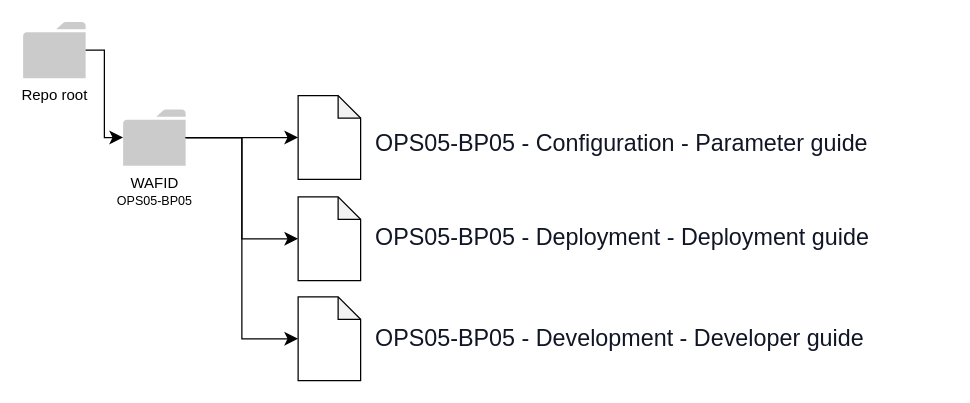
Above: readme.dio in yu2scalar/docsample (draw.io), before the change. Source tidied: cells renumbered, new cells numbered last; positions are measured from the earlier drawing's top-left corner, leaving out a move shared by most shapes. Both pictures are drawn from the tidied source at 125%, with x=0, y=0 at pixel (22, 21).
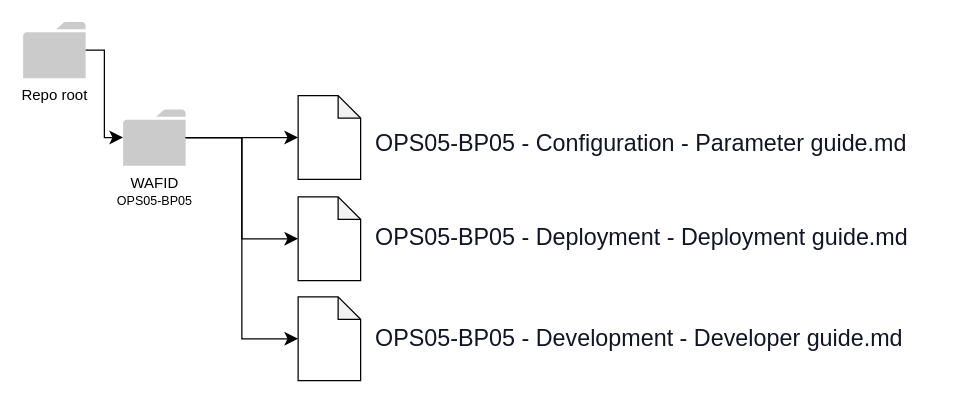
Above is the later version.

Change to the diagram source:
```diff
@@
 <mxGraphModel>
   <root>
     <mxCell id="0" />
     <mxCell id="1" parent="0" />
     <mxCell id="2" value="Repo root" style="sketch=0;shadow=0;dashed=0;html=1;strokeColor=none;labelPosition=center;verticalLabelPosition=bottom;verticalAlign=top;outlineConnect=0;align=center;shape=mxgraph.office.concepts.folder;fillColor=#CCCBCB;" parent="1" vertex="1">
       <mxGeometry width="50" height="45" as="geometry" />
     </mxCell>
     <mxCell id="3" value="&lt;font style=&quot;background-color: rgb(255, 255, 255);&quot; color=&quot;#000000&quot;&gt;WAFID&lt;br&gt;&lt;span id=&quot;docs-internal-guid-91edf046-7fff-8db2-ec80-6ff2966f3f44&quot;&gt;&lt;span style=&quot;font-family: &amp;quot;Noto Sans JP&amp;quot;, sans-serif; font-variant-numeric: normal; font-variant-east-asian: normal; font-variant-alternates: normal; font-variant-position: normal; vertical-align: baseline;&quot;&gt;&lt;font style=&quot;font-size: 10px;&quot;&gt;OPS05-BP05&lt;/font&gt;&lt;/span&gt;&lt;/span&gt;&lt;/font&gt;&lt;span style=&quot;background-color: rgb(24, 20, 29); font-size: 10px;&quot;&gt;&lt;br&gt;&lt;/span&gt;" style="sketch=0;shadow=0;dashed=0;html=1;strokeColor=none;labelPosition=center;verticalLabelPosition=bottom;verticalAlign=top;outlineConnect=0;align=center;shape=mxgraph.office.concepts.folder;fillColor=#CCCBCB;" parent="1" vertex="1">
       <mxGeometry x="80" y="70" width="50" height="45" as="geometry" />
     </mxCell>
     <mxCell id="4" style="edgeStyle=elbowEdgeStyle;elbow=horizontal;endArrow=classic;html=1;curved=0;rounded=0;endSize=8;startSize=8;" parent="1" edge="1" source="2" target="3">
       <mxGeometry relative="1" as="geometry" />
     </mxCell>
     <mxCell id="5" style="shape=note;whiteSpace=wrap;html=1;backgroundOutline=1;darkOpacity=0.05;size=18;" parent="1" vertex="1">
       <mxGeometry x="220" y="59" width="50" height="67" as="geometry" />
     </mxCell>
     <mxCell id="6" style="shape=note;whiteSpace=wrap;html=1;backgroundOutline=1;darkOpacity=0.05;size=18;" parent="1" vertex="1">
       <mxGeometry x="220" y="140" width="50" height="67" as="geometry" />
     </mxCell>
     <mxCell id="7" style="shape=note;whiteSpace=wrap;html=1;backgroundOutline=1;darkOpacity=0.05;size=18;" parent="1" vertex="1">
       <mxGeometry x="220" y="220" width="50" height="67" as="geometry" />
     </mxCell>
     <mxCell id="8" style="edgeStyle=elbowEdgeStyle;elbow=horizontal;endArrow=classic;html=1;curved=0;rounded=0;endSize=8;startSize=8;entryX=0;entryY=0.5;entryDx=0;entryDy=0;entryPerimeter=0;" parent="1" edge="1" source="3" target="5">
       <mxGeometry relative="1" as="geometry" />
     </mxCell>
     <mxCell id="9" style="edgeStyle=elbowEdgeStyle;elbow=horizontal;endArrow=classic;html=1;curved=0;rounded=0;endSize=8;startSize=8;" parent="1" edge="1" source="3" target="6">
       <mxGeometry relative="1" as="geometry" />
     </mxCell>
     <mxCell id="10" style="edgeStyle=elbowEdgeStyle;elbow=horizontal;endArrow=classic;html=1;curved=0;rounded=0;endSize=8;startSize=8;" parent="1" edge="1" source="3" target="7">
       <mxGeometry relative="1" as="geometry" />
     </mxCell>
-    <mxCell id="11" value="&lt;br&gt;&lt;b id=&quot;docs-internal-guid-cab37ac6-7fff-4b6a-d3a9-6e296733cf67&quot; style=&quot;font-weight:normal;&quot;&gt;&lt;p style=&quot;line-height:1.38;margin-top:0pt;margin-bottom:12pt;&quot; dir=&quot;ltr&quot;&gt;&lt;span style=&quot;font-size: 14pt; font-family: &amp;quot;Noto Sans JP&amp;quot;, sans-serif; color: rgb(16, 22, 37); background-color: transparent; font-weight: 400; font-style: normal; font-variant: normal; text-decoration: none; vertical-align: baseline;&quot;&gt;OPS05-BP05 - Configuration - Parameter guide&lt;/span&gt;&lt;/p&gt;&lt;/b&gt;" style="text;strokeColor=none;align=left;fillColor=#FFFFFF;html=1;verticalAlign=middle;whiteSpace=wrap;rounded=0;" parent="1" vertex="1">
+    <mxCell id="11" value="&lt;br&gt;&lt;b id=&quot;docs-internal-guid-cab37ac6-7fff-4b6a-d3a9-6e296733cf67&quot; style=&quot;font-weight:normal;&quot;&gt;&lt;p style=&quot;line-height:1.38;margin-top:0pt;margin-bottom:12pt;&quot; dir=&quot;ltr&quot;&gt;&lt;span style=&quot;font-size: 14pt; font-family: &amp;quot;Noto Sans JP&amp;quot;, sans-serif; color: rgb(16, 22, 37); background-color: transparent; font-weight: 400; font-style: normal; font-variant: normal; text-decoration: none; vertical-align: baseline;&quot;&gt;OPS05-BP05 - Configuration - Parameter guide.md&lt;/span&gt;&lt;/p&gt;&lt;/b&gt;" style="text;strokeColor=none;align=left;fillColor=#FFFFFF;html=1;verticalAlign=middle;whiteSpace=wrap;rounded=0;" parent="1" vertex="1">
       <mxGeometry x="280" y="85" width="460" height="25" as="geometry" />
     </mxCell>
-    <mxCell id="12" value="&lt;span style=&quot;background-color: transparent; color: rgb(16, 22, 37); font-family: &amp;quot;Noto Sans JP&amp;quot;, sans-serif; font-size: 14pt;&quot;&gt;OPS05-BP05 - Deployment - Deployment guide&lt;/span&gt;" style="text;strokeColor=none;align=left;fillColor=#FFFFFF;html=1;verticalAlign=middle;whiteSpace=wrap;rounded=0;" parent="1" vertex="1">
+    <mxCell id="12" value="&lt;span style=&quot;background-color: transparent; color: rgb(16, 22, 37); font-family: &amp;quot;Noto Sans JP&amp;quot;, sans-serif; font-size: 14pt;&quot;&gt;OPS05-BP05 - Deployment - Deployment guide.md&lt;/span&gt;" style="text;strokeColor=none;align=left;fillColor=#FFFFFF;html=1;verticalAlign=middle;whiteSpace=wrap;rounded=0;" parent="1" vertex="1">
       <mxGeometry x="280" y="160" width="460" height="25" as="geometry" />
     </mxCell>
-    <mxCell id="13" value="&lt;span style=&quot;background-color: transparent; color: rgb(16, 22, 37); font-family: &amp;quot;Noto Sans JP&amp;quot;, sans-serif; font-size: 14pt;&quot;&gt;OPS05-BP05 - Development - Developer guide&lt;/span&gt;" style="text;strokeColor=none;align=left;fillColor=#FFFFFF;html=1;verticalAlign=middle;whiteSpace=wrap;rounded=0;" parent="1" vertex="1">
+    <mxCell id="13" value="&lt;span style=&quot;background-color: transparent; color: rgb(16, 22, 37); font-family: &amp;quot;Noto Sans JP&amp;quot;, sans-serif; font-size: 14pt;&quot;&gt;OPS05-BP05 - Development - Developer guide.md&lt;/span&gt;" style="text;strokeColor=none;align=left;fillColor=#FFFFFF;html=1;verticalAlign=middle;whiteSpace=wrap;rounded=0;" parent="1" vertex="1">
       <mxGeometry x="280" y="241" width="460" height="25" as="geometry" />
     </mxCell>
   </root>
 </mxGraphModel>
```
